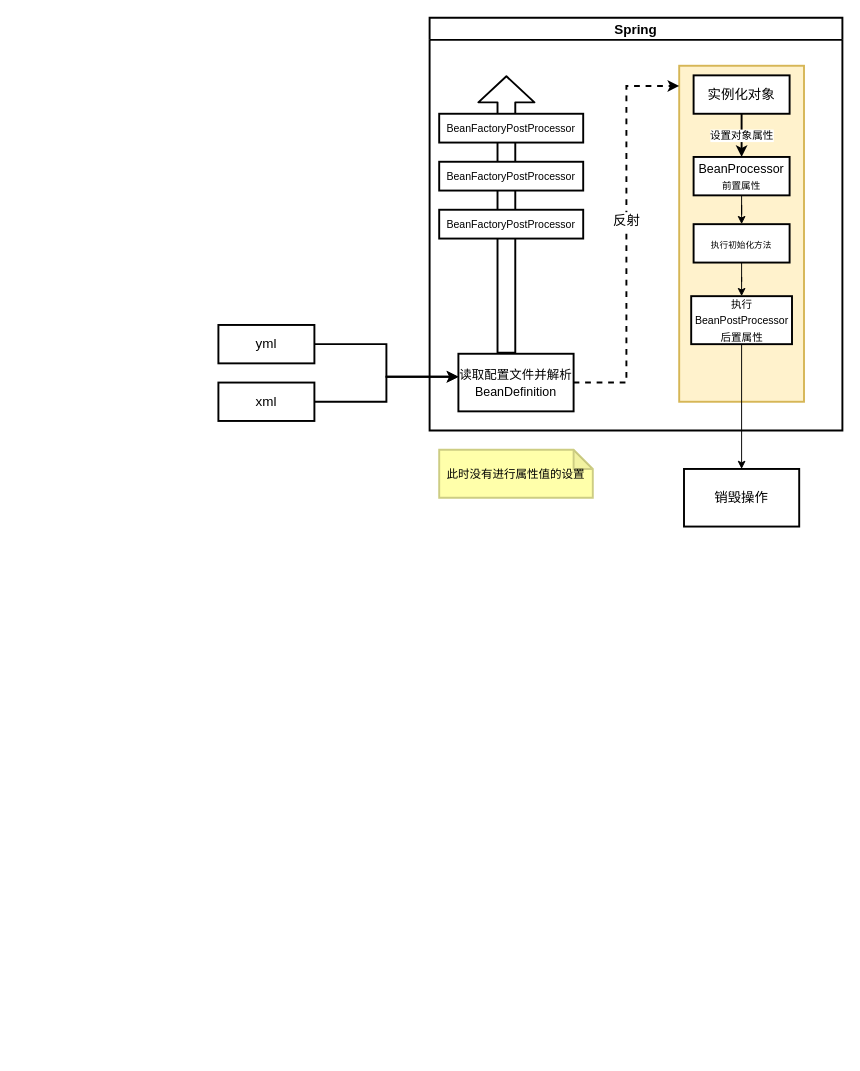
The draw.io diagram 后端/框架/Spring/IOC.drawio in chinazzl/myNote, before the edit. Source tidied: cells renumbered, new cells numbered last; positions are measured from the earlier drawing's top-left corner, leaving out a move shared by most shapes. Both pictures are drawn from the tidied source at 96%, with x=0, y=0 at pixel (218, 17).
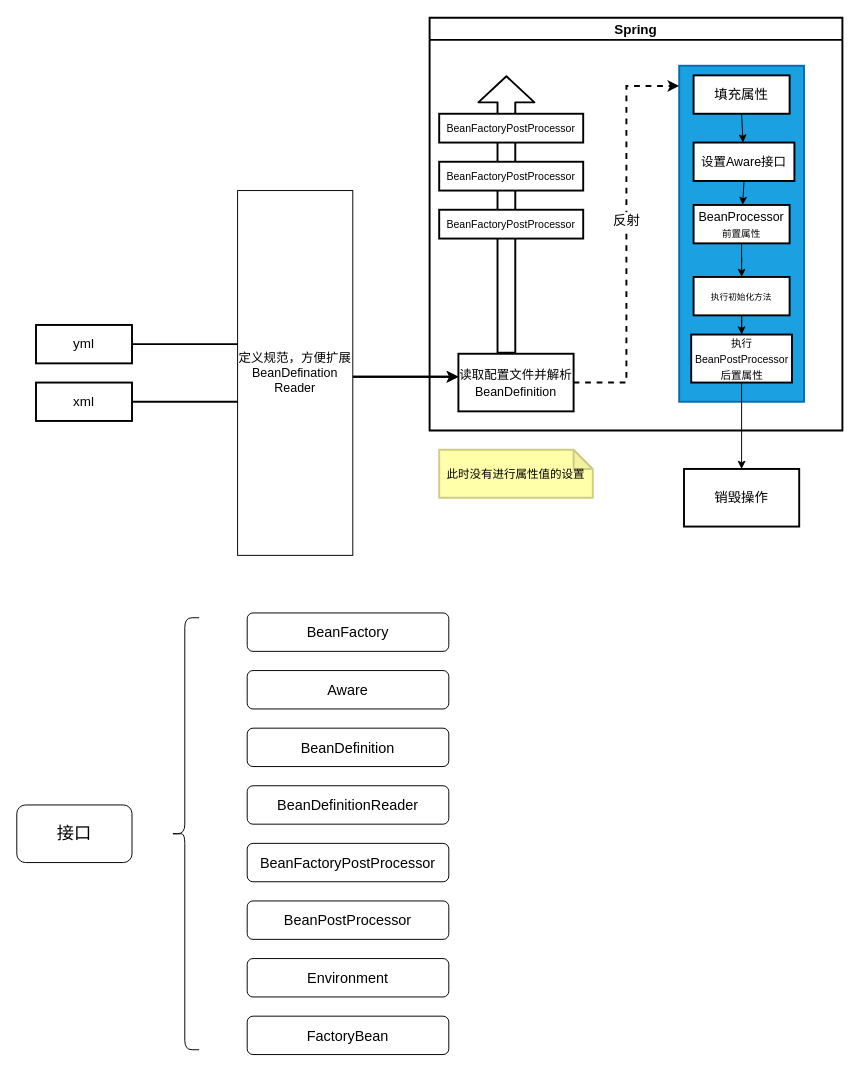
The same diagram, later.

The change refers to these unchanged cells:
```xml
<mxCell id="2" value="Spring" style="swimlane;fontFamily=微软雅黑;fontSize=14;strokeWidth=2;" parent="1" vertex="1">
  <mxGeometry x="220" width="430" height="430" as="geometry" />
</mxCell>
```

What changed in the source:
```diff
@@
-    <mxCell id="3" style="rounded=0;whiteSpace=wrap;html=1;strokeColor=#d6b656;fontFamily=微软雅黑;fontSize=14;strokeWidth=2;fillColor=#fff2cc;" parent="2" vertex="1">
+    <mxCell id="3" style="rounded=0;whiteSpace=wrap;html=1;strokeColor=#006EAF;fontFamily=微软雅黑;fontSize=14;strokeWidth=2;fillColor=#1ba1e2;fontColor=#ffffff;" parent="2" vertex="1">
       <mxGeometry x="260" y="50" width="130" height="350" as="geometry" />
     </mxCell>
@@
+    <mxCell id="25" style="edgeStyle=none;html=1;exitX=0.5;exitY=1;exitDx=0;exitDy=0;fontSize=13;" parent="2" edge="1" source="11" target="27">
+      <mxGeometry relative="1" as="geometry" />
+    </mxCell>
-    <mxCell id="11" value="实例化对象" style="rounded=0;whiteSpace=wrap;html=1;fontFamily=微软雅黑;fontSize=14;strokeWidth=2;" parent="2" vertex="1">
+    <mxCell id="11" value="填充属性" style="rounded=0;whiteSpace=wrap;html=1;fontFamily=微软雅黑;fontSize=14;strokeWidth=2;" parent="2" vertex="1">
       <mxGeometry x="275" y="60" width="100" height="40" as="geometry" />
     </mxCell>
     <mxCell id="12" value="&lt;font&gt;&lt;font style=&quot;font-size: 13px&quot;&gt;BeanProcessor&lt;/font&gt;&lt;br&gt;&lt;font size=&quot;1&quot;&gt;前置属性&lt;/font&gt;&lt;br&gt;&lt;/font&gt;" style="rounded=0;whiteSpace=wrap;html=1;fontFamily=微软雅黑;fontSize=14;strokeWidth=2;" parent="2" vertex="1">
-      <mxGeometry x="275" y="145" width="100" height="40" as="geometry" />
+      <mxGeometry x="275" y="195" width="100" height="40" as="geometry" />
     </mxCell>
-    <mxCell id="13" value="设置对象属性" style="edgeStyle=orthogonalEdgeStyle;rounded=0;jettySize=auto;html=1;strokeWidth=2;" parent="2" edge="1" source="11" target="12">
-      <mxGeometry relative="1" as="geometry" />
-    </mxCell>
     <mxCell id="14" value="&lt;font style=&quot;font-size: 9px&quot;&gt;执行初始化方法&lt;br&gt;&lt;/font&gt;" style="rounded=0;whiteSpace=wrap;html=1;fontFamily=微软雅黑;fontSize=14;strokeWidth=2;" parent="2" vertex="1">
-      <mxGeometry x="275" y="215" width="100" height="40" as="geometry" />
+      <mxGeometry x="275" y="270" width="100" height="40" as="geometry" />
     </mxCell>
@@
     <mxCell id="16" value="&lt;font style=&quot;font-size: 11px&quot;&gt;执行&lt;br&gt;BeanPostProcessor&lt;br&gt;后置属性&lt;br&gt;&lt;/font&gt;" style="rounded=0;whiteSpace=wrap;html=1;fontFamily=微软雅黑;fontSize=14;strokeWidth=2;" parent="2" vertex="1">
-      <mxGeometry x="272.5" y="290" width="105" height="50" as="geometry" />
+      <mxGeometry x="272.5" y="330" width="105" height="50" as="geometry" />
     </mxCell>
@@
+    <mxCell id="26" style="edgeStyle=none;html=1;exitX=0.5;exitY=1;exitDx=0;exitDy=0;fontSize=13;" parent="2" edge="1" source="27" target="12">
+      <mxGeometry relative="1" as="geometry" />
+    </mxCell>
+    <mxCell id="27" value="&lt;font style=&quot;font-size: 13px&quot;&gt;设置Aware接口&lt;/font&gt;" style="whiteSpace=wrap;html=1;fontSize=14;fontFamily=微软雅黑;rounded=0;strokeWidth=2;" parent="2" vertex="1">
+      <mxGeometry x="275" y="130" width="105" height="40" as="geometry" />
+    </mxCell>
@@
     <mxCell id="19" value="yml" style="rounded=0;whiteSpace=wrap;html=1;fontFamily=微软雅黑;fontSize=14;strokeWidth=2;" parent="1" vertex="1">
-      <mxGeometry y="320" width="100" height="40" as="geometry" />
+      <mxGeometry x="-190" y="320" width="100" height="40" as="geometry" />
     </mxCell>
@@
     <mxCell id="21" value="xml" style="rounded=0;whiteSpace=wrap;html=1;fontFamily=微软雅黑;fontSize=14;strokeWidth=2;" parent="1" vertex="1">
-      <mxGeometry y="380" width="100" height="40" as="geometry" />
+      <mxGeometry x="-190" y="380" width="100" height="40" as="geometry" />
     </mxCell>
@@
+    <mxCell id="28" value="定义规范，方便扩展&lt;br&gt;BeanDefination&lt;br&gt;Reader" style="rounded=0;whiteSpace=wrap;html=1;fontSize=13;" parent="1" vertex="1">
+      <mxGeometry x="20" y="180" width="120" height="380" as="geometry" />
+    </mxCell>
+    <mxCell id="29" value="&lt;font style=&quot;font-size: 18px&quot;&gt;接口&lt;/font&gt;" style="rounded=1;whiteSpace=wrap;html=1;" parent="1" vertex="1">
+      <mxGeometry x="-210" y="820" width="120" height="60" as="geometry" />
+    </mxCell>
+    <mxCell id="30" value="&lt;font style=&quot;font-size: 15px&quot;&gt;BeanFactory&lt;/font&gt;" style="rounded=1;whiteSpace=wrap;html=1;fontSize=18;" parent="1" vertex="1">
+      <mxGeometry x="30" y="620" width="210" height="40" as="geometry" />
+    </mxCell>
+    <mxCell id="31" value="&lt;font style=&quot;font-size: 15px&quot;&gt;Aware&lt;/font&gt;" style="rounded=1;whiteSpace=wrap;html=1;fontSize=18;" parent="1" vertex="1">
+      <mxGeometry x="30" y="680" width="210" height="40" as="geometry" />
+    </mxCell>
+    <mxCell id="32" value="&lt;span style=&quot;font-size: 15px&quot;&gt;BeanDefinition&lt;/span&gt;" style="rounded=1;whiteSpace=wrap;html=1;fontSize=18;" parent="1" vertex="1">
+      <mxGeometry x="30" y="740" width="210" height="40" as="geometry" />
+    </mxCell>
+    <mxCell id="33" value="&lt;span style=&quot;font-size: 15px&quot;&gt;BeanDefinitionReader&lt;/span&gt;" style="rounded=1;whiteSpace=wrap;html=1;fontSize=18;" parent="1" vertex="1">
+      <mxGeometry x="30" y="800" width="210" height="40" as="geometry" />
+    </mxCell>
+    <mxCell id="34" value="&lt;span style=&quot;font-size: 15px&quot;&gt;BeanFactoryPostProcessor&lt;/span&gt;" style="rounded=1;whiteSpace=wrap;html=1;fontSize=18;" parent="1" vertex="1">
+      <mxGeometry x="30" y="860" width="210" height="40" as="geometry" />
+    </mxCell>
+    <mxCell id="35" value="&lt;span style=&quot;font-size: 15px&quot;&gt;BeanPostProcessor&lt;/span&gt;" style="rounded=1;whiteSpace=wrap;html=1;fontSize=18;" parent="1" vertex="1">
+      <mxGeometry x="30" y="920" width="210" height="40" as="geometry" />
+    </mxCell>
+    <mxCell id="36" value="&lt;span style=&quot;font-size: 15px&quot;&gt;Environment&lt;/span&gt;" style="rounded=1;whiteSpace=wrap;html=1;fontSize=18;" parent="1" vertex="1">
+      <mxGeometry x="30" y="980" width="210" height="40" as="geometry" />
+    </mxCell>
+    <mxCell id="37" value="&lt;span style=&quot;font-size: 15px&quot;&gt;FactoryBean&lt;/span&gt;" style="rounded=1;whiteSpace=wrap;html=1;fontSize=18;" parent="1" vertex="1">
+      <mxGeometry x="30" y="1040" width="210" height="40" as="geometry" />
+    </mxCell>
+    <mxCell id="38" style="shape=curlyBracket;whiteSpace=wrap;html=1;rounded=1;fontSize=15;" parent="1" vertex="1">
+      <mxGeometry x="-50" y="625" width="30" height="450" as="geometry" />
+    </mxCell>
```
